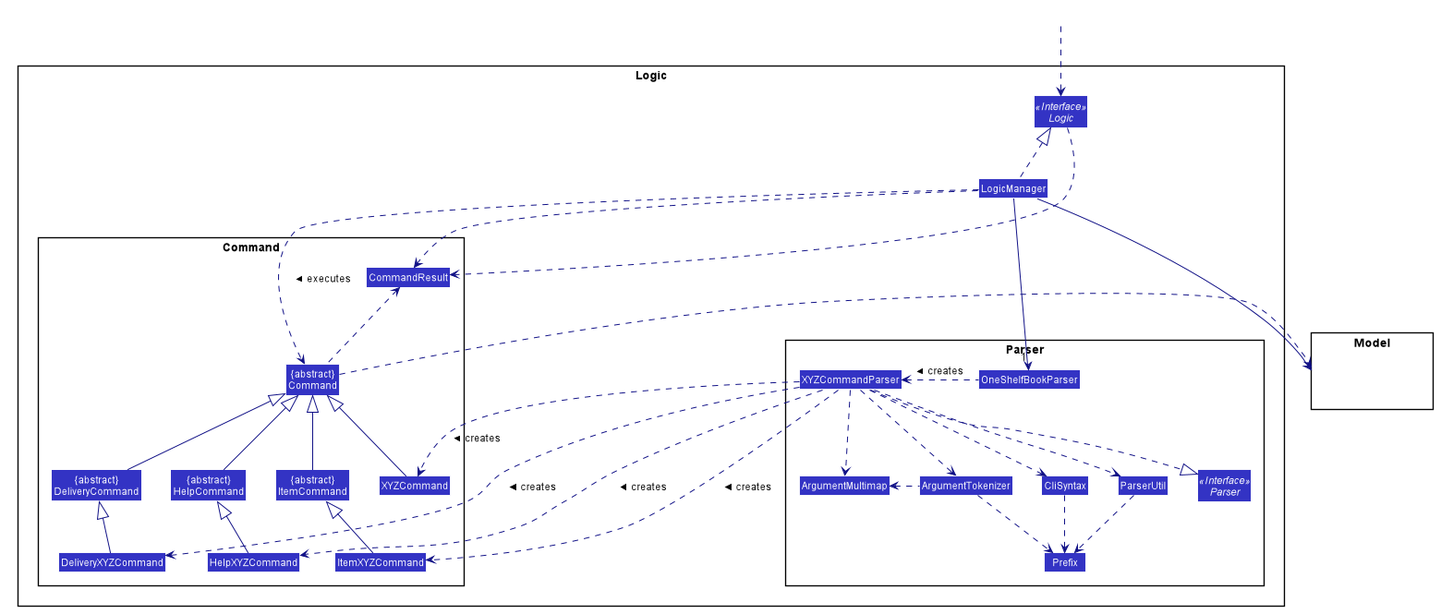
Before: docs/images/LogicClassDiagram.png, a diagram exported from PlantUML (nus-cs2103-AY2021S1/tp). Its diagram source:
```plantuml
@startuml








skinparam BackgroundColor #FFFFFFF

skinparam Shadowing false

skinparam Class {
    FontColor #FFFFFF
    BorderThickness 1
    BorderColor #FFFFFF
    StereotypeFontColor #FFFFFF
    FontName Arial
}

skinparam Actor {
    BorderColor #000000
    Color #000000
    FontName Arial
}

skinparam Sequence {
    MessageAlign center
    BoxFontSize 15
    BoxPadding 0
    BoxFontColor #FFFFFF
    FontName Arial
}

skinparam Participant {
    FontColor #FFFFFFF
    Padding 20
}

skinparam MinClassWidth 50
skinparam ParticipantPadding 10
skinparam Shadowing false
skinparam DefaultTextAlignment center
skinparam packageStyle Rectangle

hide footbox
hide members
hide circle
skinparam arrowThickness 1.1
skinparam arrowColor #101086
skinparam classBackgroundColor #3333C4

package Logic {

package Parser {
Interface Parser <<Interface>>
Class OneShelfBookParser
Class XYZCommandParser
Class CliSyntax
Class ParserUtil
Class ArgumentMultimap
Class ArgumentTokenizer
Class Prefix
}

package Command {
Class ItemXYZCommand
Class DeliveryXYZCommand
Class HelpXYZCommand
Class XYZCommand
Class CommandResult
Class "{abstract}\nCommand" as Command
Class "{abstract}\nItemCommand" as ItemCommand
Class "{abstract}\nDeliveryCommand" as DeliveryCommand
Class "{abstract}\nHelpCommand" as HelpCommand
}

Interface Logic <<Interface>>
Class LogicManager
}

package Model{
Class HiddenModel #FFFFFF
}

Class HiddenOutside #FFFFFF
HiddenOutside ..> Logic

LogicManager .up.|> Logic
LogicManager -->"1" OneShelfBookParser
OneShelfBookParser .left.> XYZCommandParser: creates >

XYZCommandParser ..|> Parser
XYZCommandParser ..> ArgumentMultimap
XYZCommandParser ..> ArgumentTokenizer
ArgumentTokenizer .left.> ArgumentMultimap
XYZCommandParser ..> CliSyntax
CliSyntax ..> Prefix
XYZCommandParser ..> ParserUtil
ParserUtil .down.> Prefix
ArgumentTokenizer .down.> Prefix

XYZCommandParser ..> ItemXYZCommand : creates >
ItemXYZCommand -up-|> ItemCommand
ItemCommand -up-|> Command

XYZCommandParser ..> DeliveryXYZCommand : creates >
DeliveryXYZCommand -up-|> DeliveryCommand
DeliveryCommand -up-|> Command

XYZCommandParser ..> HelpXYZCommand : creates >
HelpXYZCommand -up-|> HelpCommand
HelpCommand -up-|> Command

XYZCommandParser ..> XYZCommand : creates >
XYZCommand -up-|> Command

LogicManager ..> Command : executes >

LogicManager --> Model
Command .right.> Model

Logic ..> CommandResult
LogicManager .down.> CommandResult
Command .up.> CommandResult
CommandResult -[hidden]-> Parser
@enduml
```
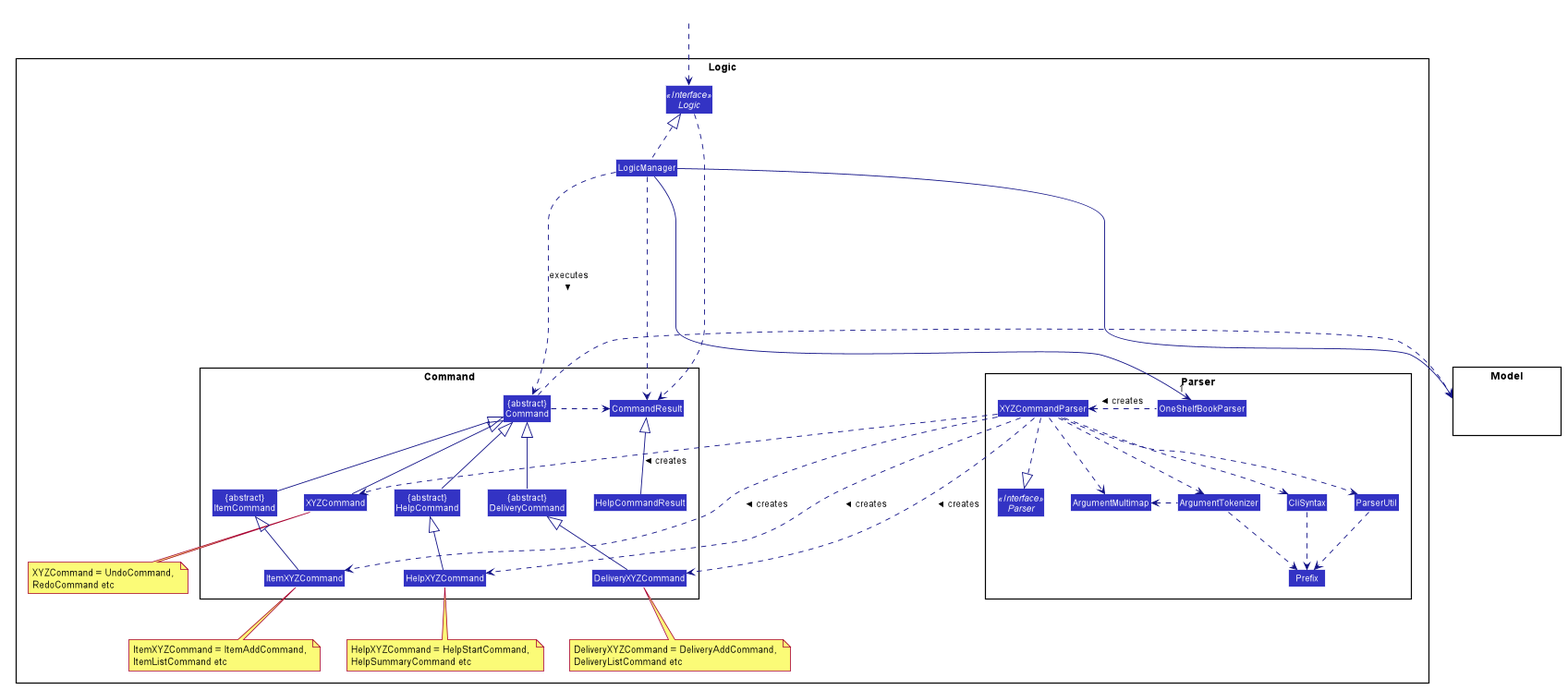
The same file after the commit.

Commit message:
Add HelpCommandResult in LogicClassDiagram Add Notes to XYZCommands for LogicClassDiagram Tidy up LogicClassDiagram

What changed in the source:
```diff
@@ -70,17 +70,23 @@
 Class HelpXYZCommand
 Class XYZCommand
 Class CommandResult
+Class HelpCommandResult
 Class "{abstract}\nCommand" as Command
 Class "{abstract}\nItemCommand" as ItemCommand
 Class "{abstract}\nDeliveryCommand" as DeliveryCommand
 Class "{abstract}\nHelpCommand" as HelpCommand
 }
 
+note bottom of XYZCommand: XYZCommand = UndoCommand, \nRedoCommand etc
+note bottom of DeliveryXYZCommand: DeliveryXYZCommand = DeliveryAddCommand, \nDeliveryListCommand etc
+note bottom of ItemXYZCommand:  ItemXYZCommand = ItemAddCommand, \nItemListCommand etc
+note bottom of HelpXYZCommand: HelpXYZCommand = HelpStartCommand, \nHelpSummaryCommand etc
+
 Interface Logic <<Interface>>
 Class LogicManager
 }
 
-package Model{
+package Model {
 Class HiddenModel #FFFFFF
 }
 
@@ -116,13 +122,17 @@
 XYZCommandParser ..> XYZCommand : creates >
 XYZCommand -up-|> Command
 
-LogicManager ..> Command : executes >
+HelpCommandResult -up-|> CommandResult
+
+LogicManager .....> Command : executes >
 
 LogicManager --> Model
 Command .right.> Model
 
 Logic ..> CommandResult
 LogicManager .down.> CommandResult
-Command .up.> CommandResult
+Command .right.> CommandResult
 CommandResult -[hidden]-> Parser
+
+XYZCommand -[hidden]-> ItemXYZCommand
 @enduml
```
